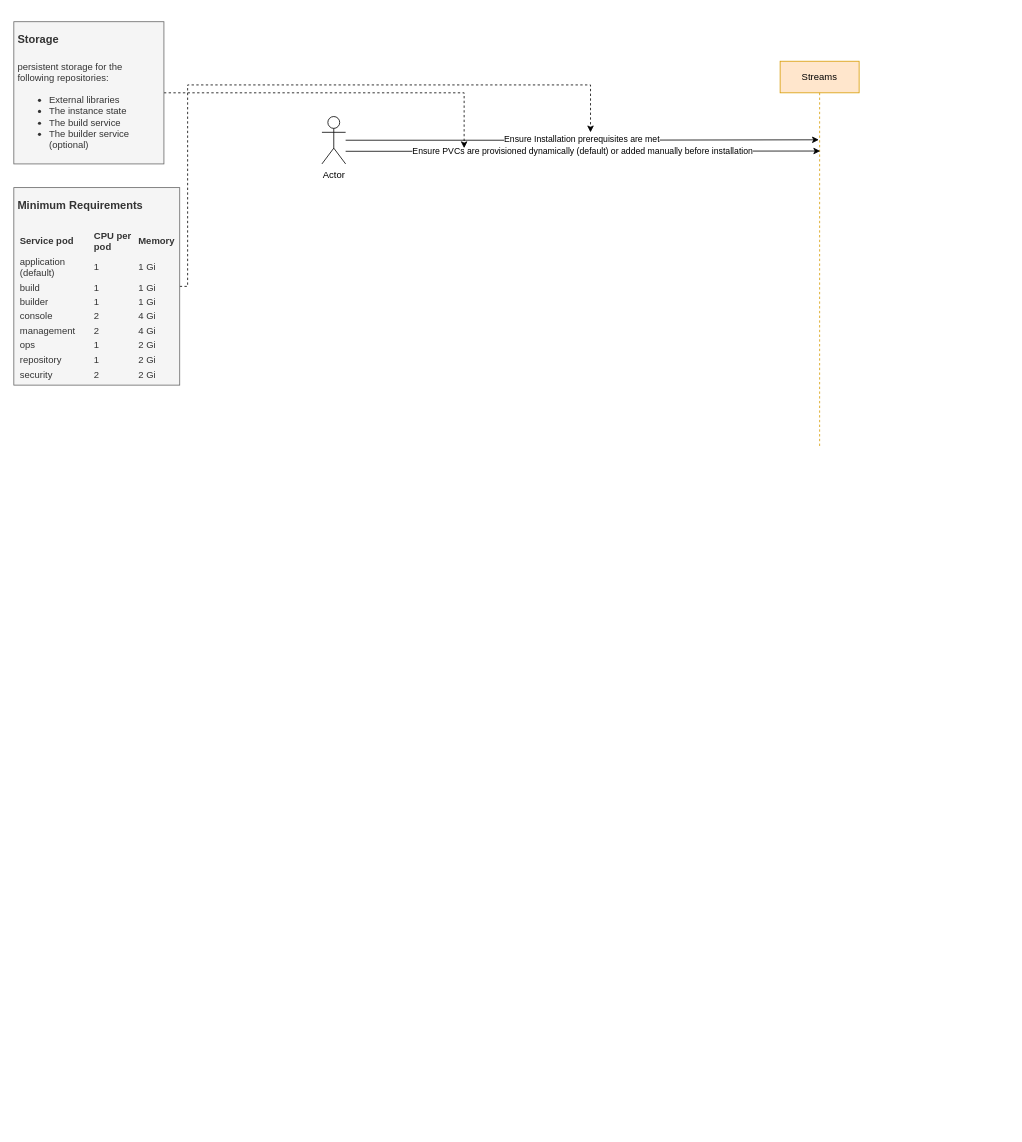
Above: streams.drawio in kanchantewary/CloudPakForData (draw.io), before the change. Source tidied: cells renumbered, new cells numbered last; positions are measured from the earlier drawing's top-left corner, leaving out a move shared by most shapes. Both pictures are drawn from the tidied source at 79%, with x=0, y=0 at pixel (13, 21).
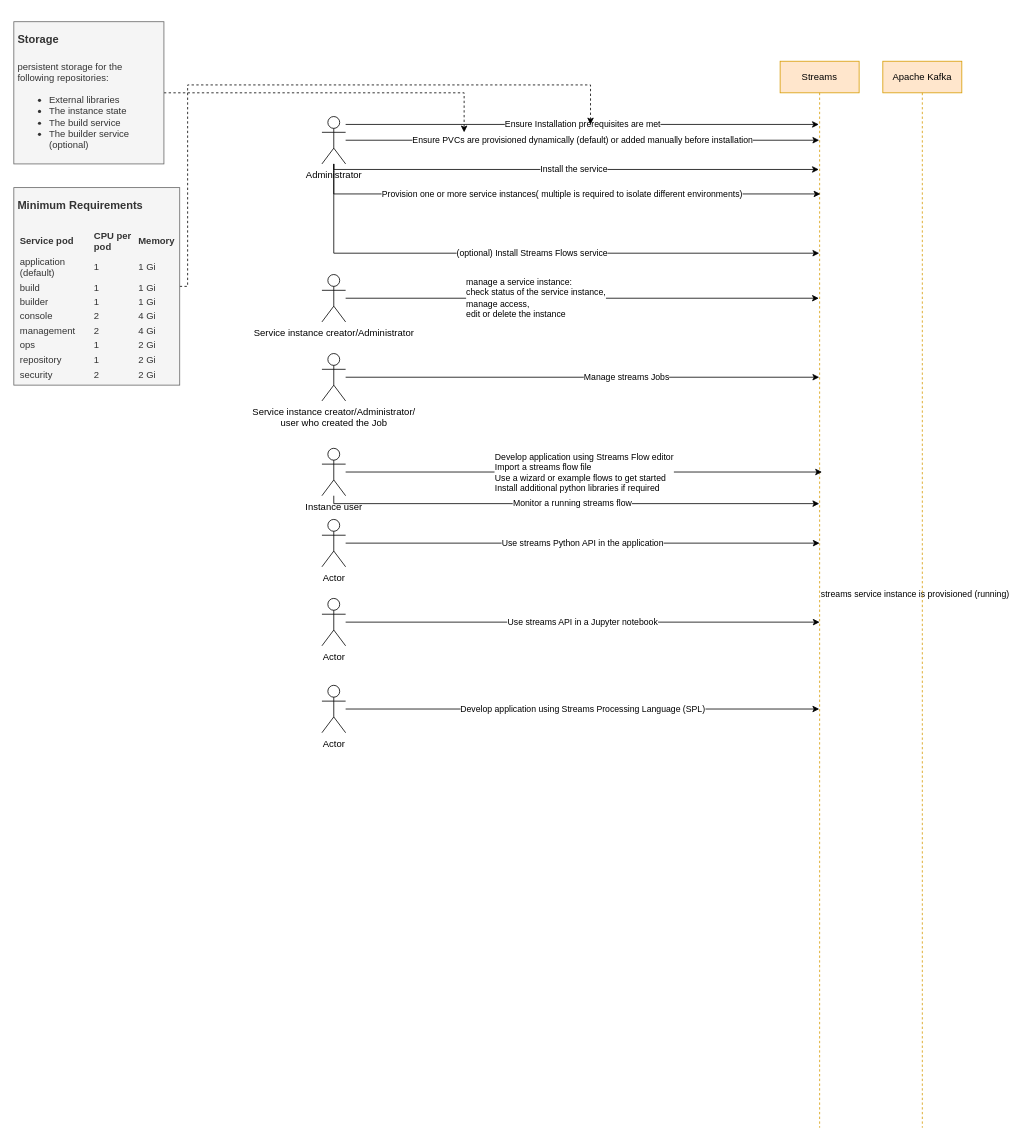
The same page after the edit.

Unchanged cells that the change refers to:
```xml
<mxCell id="7" value="&lt;h1&gt;&lt;font style=&quot;font-size: 14px&quot;&gt;Storage&lt;/font&gt;&lt;/h1&gt;&lt;p&gt;persistent storage for the following repositories:&lt;/p&gt;&lt;ul class=&quot;ibm-colored-list ibm-textcolor-gray-80&quot;&gt;&lt;li&gt;External libraries&lt;/li&gt;&lt;li&gt;The instance state&lt;/li&gt;&lt;li&gt;The build service&lt;/li&gt;&lt;li&gt;The builder service (optional)&amp;nbsp;&lt;/li&gt;&lt;/ul&gt;" style="text;html=1;strokeColor=#666666;fillColor=#f5f5f5;spacing=5;spacingTop=-20;whiteSpace=wrap;overflow=hidden;rounded=0;fontColor=#333333;" parent="1" vertex="1">
  <mxGeometry width="190" height="180" as="geometry" />
</mxCell>
<mxCell id="9" value="&lt;h1&gt;&lt;font style=&quot;font-size: 14px&quot;&gt;Minimum Requirements&lt;/font&gt;&lt;/h1&gt;&lt;table summary=&quot;The following table describes the minimum resource requirements to provision a Streams service instance, including the minimum CPU and memory needed for each Streams service pod.&quot; id=&quot;prereqs__table_jpk_rnf_rhb&quot; class=&quot;defaultstyle ibm-grid&quot;&gt;&lt;thead&gt;&lt;tr&gt;&lt;th id=&quot;d177996e195&quot;&gt;Service pod&lt;/th&gt;&lt;th id=&quot;d177996e198&quot;&gt;CPU per pod&lt;/th&gt;&lt;th id=&quot;d177996e203&quot;&gt;Memory&lt;/th&gt;&lt;/tr&gt;&lt;/thead&gt;&lt;tbody&gt;&lt;tr&gt;&lt;td headers=&quot;d177996e195 &quot;&gt;application (default)&lt;/td&gt;&lt;td headers=&quot;d177996e198 &quot;&gt;1&amp;nbsp;&lt;/td&gt;&lt;td headers=&quot;d177996e203 &quot;&gt;1 Gi&lt;/td&gt;&lt;/tr&gt;&lt;tr&gt;&lt;td headers=&quot;d177996e195 &quot;&gt;build &lt;/td&gt;&lt;td headers=&quot;d177996e198 &quot;&gt;1&amp;nbsp;&lt;/td&gt;&lt;td headers=&quot;d177996e203 &quot;&gt;1 Gi&amp;nbsp;&lt;/td&gt;&lt;/tr&gt;&lt;tr&gt;&lt;td headers=&quot;d177996e195 &quot;&gt;builder&amp;nbsp;&lt;/td&gt;&lt;td headers=&quot;d177996e198 &quot;&gt;1&amp;nbsp;&lt;/td&gt;&lt;td headers=&quot;d177996e203 &quot;&gt;1 Gi&amp;nbsp;&lt;/td&gt;&lt;/tr&gt;&lt;tr&gt;&lt;td headers=&quot;d177996e195 &quot;&gt;console&lt;/td&gt;&lt;td headers=&quot;d177996e198 &quot;&gt;2&amp;nbsp;&lt;/td&gt;&lt;td headers=&quot;d177996e203 &quot;&gt;4 Gi&lt;/td&gt;&lt;/tr&gt;&lt;tr&gt;&lt;td headers=&quot;d177996e195 &quot;&gt;management&lt;/td&gt;&lt;td headers=&quot;d177996e198 &quot;&gt;2&amp;nbsp;&lt;/td&gt;&lt;td headers=&quot;d177996e203 &quot;&gt;4 Gi&lt;/td&gt;&lt;/tr&gt;&lt;tr&gt;&lt;td headers=&quot;d177996e195 &quot;&gt;ops&lt;/td&gt;&lt;td headers=&quot;d177996e198 &quot;&gt; 1&lt;/td&gt;&lt;td headers=&quot;d177996e203 &quot;&gt;2 Gi&lt;/td&gt;&lt;/tr&gt;&lt;tr&gt;&lt;td headers=&quot;d177996e195 &quot;&gt;repository&lt;/td&gt;&lt;td headers=&quot;d177996e198 &quot;&gt;1&lt;/td&gt;&lt;td headers=&quot;d177996e203 &quot;&gt;2 Gi&lt;/td&gt;&lt;/tr&gt;&lt;tr&gt;&lt;td headers=&quot;d177996e195 &quot;&gt;security&lt;/td&gt;&lt;td headers=&quot;d177996e198 &quot;&gt;2&lt;/td&gt;&lt;td headers=&quot;d177996e203 &quot;&gt;2 Gi&lt;/td&gt;&lt;/tr&gt;&lt;/tbody&gt;&lt;/table&gt;" style="text;html=1;strokeColor=#666666;fillColor=#f5f5f5;spacing=5;spacingTop=-20;whiteSpace=wrap;overflow=hidden;rounded=0;fontColor=#333333;" parent="1" vertex="1">
  <mxGeometry y="210" width="210" height="250" as="geometry" />
</mxCell>
```

What changed in the source:
```diff
@@
     <mxCell id="2" value="Streams" style="shape=umlLifeline;perimeter=lifelinePerimeter;whiteSpace=wrap;html=1;outlineConnect=0;fillColor=#ffe6cc;strokeColor=#d79b00;" parent="1" vertex="1">
-      <mxGeometry x="970" y="50" width="100" height="490" as="geometry" />
+      <mxGeometry x="970" y="50" width="100" height="1350" as="geometry" />
     </mxCell>
-    <mxCell id="3" value="Ensure Installation prerequisites are met" style="edgeStyle=orthogonalEdgeStyle;rounded=0;jettySize=auto;html=1;entryX=0.49;entryY=0.203;entryDx=0;entryDy=0;entryPerimeter=0;" parent="1" edge="1" source="5" target="2">
-      <mxGeometry relative="1" as="geometry" />
+    <mxCell id="3" value="Ensure Installation prerequisites are met" style="edgeStyle=orthogonalEdgeStyle;rounded=0;jettySize=auto;html=1;" parent="1" edge="1" source="5">
+      <mxGeometry relative="1" as="geometry">
+        <mxPoint x="1019" y="130" as="targetPoint" />
+        <Array as="points">
+          <mxPoint x="1019" y="130" />
+        </Array>
+      </mxGeometry>
     </mxCell>
-    <mxCell id="4" value="Ensure PVCs are provisioned dynamically (default) or added manually before installation" style="edgeStyle=orthogonalEdgeStyle;rounded=0;jettySize=auto;html=1;entryX=0.507;entryY=0.232;entryDx=0;entryDy=0;entryPerimeter=0;" parent="1" edge="1" source="5" target="2">
+    <mxCell id="4" value="Ensure PVCs are provisioned dynamically (default) or added manually before installation" style="edgeStyle=orthogonalEdgeStyle;rounded=0;jettySize=auto;html=1;" parent="1" edge="1" source="5" target="2">
       <mxGeometry relative="1" as="geometry">
         <Array as="points">
-          <mxPoint x="570" y="164" />
-          <mxPoint x="570" y="164" />
+          <mxPoint x="900" y="150" />
+          <mxPoint x="900" y="150" />
         </Array>
       </mxGeometry>
     </mxCell>
+    <mxCell id="10" value="Install the service" style="edgeStyle=orthogonalEdgeStyle;rounded=0;jettySize=auto;html=1;" parent="1" edge="1" source="5">
+      <mxGeometry relative="1" as="geometry">
+        <mxPoint x="1019" y="187" as="targetPoint" />
+        <Array as="points">
+          <mxPoint x="405" y="187" />
+        </Array>
+      </mxGeometry>
+    </mxCell>
+    <mxCell id="11" value="Provision one or more service instances( multiple is required to isolate different environments)" style="edgeStyle=orthogonalEdgeStyle;rounded=0;jettySize=auto;html=1;" parent="1" edge="1" source="5">
+      <mxGeometry relative="1" as="geometry">
+        <mxPoint x="1021" y="218" as="targetPoint" />
+        <Array as="points">
+          <mxPoint x="405" y="218" />
+        </Array>
+      </mxGeometry>
+    </mxCell>
+    <mxCell id="12" value="(optional) Install Streams Flows service" style="edgeStyle=orthogonalEdgeStyle;rounded=0;jettySize=auto;html=1;" parent="1" edge="1" source="5" target="2">
+      <mxGeometry relative="1" as="geometry">
+        <Array as="points">
+          <mxPoint x="405" y="293" />
+        </Array>
+      </mxGeometry>
+    </mxCell>
-    <mxCell id="5" value="Actor" style="shape=umlActor;verticalLabelPosition=bottom;verticalAlign=top;html=1;outlineConnect=0;" parent="1" vertex="1">
+    <mxCell id="5" value="Administrator" style="shape=umlActor;verticalLabelPosition=bottom;verticalAlign=top;html=1;outlineConnect=0;" parent="1" vertex="1">
       <mxGeometry x="390" y="120" width="30" height="60" as="geometry" />
     </mxCell>
     <mxCell id="6" style="edgeStyle=orthogonalEdgeStyle;rounded=0;jettySize=auto;html=1;dashed=1;" parent="1" edge="1" source="7">
       <mxGeometry relative="1" as="geometry">
-        <mxPoint x="570" y="160" as="targetPoint" />
+        <mxPoint x="570" y="140" as="targetPoint" />
         <Array as="points">
           <mxPoint x="570" y="90" />
         </Array>
       </mxGeometry>
     </mxCell>
@@
     <mxCell id="8" style="edgeStyle=orthogonalEdgeStyle;rounded=0;jettySize=auto;html=1;dashed=1;" parent="1" edge="1" source="9">
       <mxGeometry relative="1" as="geometry">
-        <mxPoint x="730" y="140" as="targetPoint" />
+        <mxPoint x="730" y="130" as="targetPoint" />
         <Array as="points">
           <mxPoint x="220" y="335" />
           <mxPoint x="220" y="80" />
           <mxPoint x="730" y="80" />
         </Array>
       </mxGeometry>
     </mxCell>
@@
+    <mxCell id="13" value="streams service instance is provisioned (running)" style="edgeStyle=orthogonalEdgeStyle;rounded=0;orthogonalLoop=1;jettySize=auto;html=1;align=left;" parent="1" edge="1" source="2" target="2">
+      <mxGeometry relative="1" as="geometry">
+        <Array as="points">
+          <mxPoint x="1060" y="230" />
+          <mxPoint x="1060" y="270" />
+        </Array>
+      </mxGeometry>
+    </mxCell>
+    <mxCell id="14" value="manage a service instance:&lt;br&gt;check status of the service instance, &lt;br&gt;manage access, &lt;br&gt;edit or delete the instance" style="edgeStyle=orthogonalEdgeStyle;rounded=0;jettySize=auto;html=1;align=left;" parent="1" edge="1" source="15">
+      <mxGeometry x="-0.13" y="110" relative="1" as="geometry">
+        <mxPoint x="1019" y="350" as="targetPoint" />
+        <Array as="points">
+          <mxPoint x="680" y="350" />
+          <mxPoint x="680" y="350" />
+        </Array>
+        <mxPoint x="-110" y="110" as="offset" />
+      </mxGeometry>
+    </mxCell>
+    <mxCell id="15" value="Service instance creator/Administrator" style="shape=umlActor;verticalLabelPosition=bottom;verticalAlign=top;html=1;outlineConnect=0;" parent="1" vertex="1">
+      <mxGeometry x="390" y="320" width="30" height="60" as="geometry" />
+    </mxCell>
+    <mxCell id="16" value="Manage streams Jobs" style="edgeStyle=orthogonalEdgeStyle;rounded=0;jettySize=auto;html=1;align=left;" parent="1" edge="1" source="17" target="2">
+      <mxGeometry relative="1" as="geometry">
+        <Array as="points">
+          <mxPoint x="800" y="450" />
+          <mxPoint x="800" y="450" />
+        </Array>
+      </mxGeometry>
+    </mxCell>
+    <mxCell id="17" value="Service instance creator/Administrator/&lt;br&gt;user who created the Job" style="shape=umlActor;verticalLabelPosition=bottom;verticalAlign=top;html=1;outlineConnect=0;" parent="1" vertex="1">
+      <mxGeometry x="390" y="420" width="30" height="60" as="geometry" />
+    </mxCell>
+    <mxCell id="18" value="&lt;div style=&quot;text-align: left&quot;&gt;Develop application using Streams Flow editor&lt;/div&gt;&lt;div style=&quot;text-align: left&quot;&gt;Import a streams flow file&lt;/div&gt;&lt;div style=&quot;text-align: left&quot;&gt;Use a wizard or example flows to get started&lt;/div&gt;&lt;div style=&quot;text-align: left&quot;&gt;Install additional python libraries if required&lt;/div&gt;" style="edgeStyle=orthogonalEdgeStyle;rounded=0;jettySize=auto;html=1;" parent="1" edge="1" source="20">
+      <mxGeometry relative="1" as="geometry">
+        <mxPoint x="1023" y="570" as="targetPoint" />
+      </mxGeometry>
+    </mxCell>
+    <mxCell id="19" value="Monitor a running streams flow" style="edgeStyle=orthogonalEdgeStyle;rounded=0;jettySize=auto;html=1;" parent="1" edge="1" source="20" target="2">
+      <mxGeometry relative="1" as="geometry">
+        <Array as="points">
+          <mxPoint x="405" y="610" />
+        </Array>
+      </mxGeometry>
+    </mxCell>
+    <mxCell id="20" value="Instance user" style="shape=umlActor;verticalLabelPosition=bottom;verticalAlign=top;html=1;outlineConnect=0;" parent="1" vertex="1">
+      <mxGeometry x="390" y="540" width="30" height="60" as="geometry" />
+    </mxCell>
+    <mxCell id="21" value="Use streams Python API in the application" style="edgeStyle=orthogonalEdgeStyle;rounded=0;jettySize=auto;html=1;" parent="1" edge="1" source="22">
+      <mxGeometry relative="1" as="geometry">
+        <mxPoint x="1020" y="660" as="targetPoint" />
+      </mxGeometry>
+    </mxCell>
+    <mxCell id="22" value="Actor" style="shape=umlActor;verticalLabelPosition=bottom;verticalAlign=top;html=1;outlineConnect=0;" parent="1" vertex="1">
+      <mxGeometry x="390" y="630" width="30" height="60" as="geometry" />
+    </mxCell>
+    <mxCell id="23" value="Use streams API in a Jupyter notebook" style="edgeStyle=orthogonalEdgeStyle;rounded=0;jettySize=auto;html=1;" parent="1" edge="1" source="24">
+      <mxGeometry relative="1" as="geometry">
+        <mxPoint x="1020" y="760" as="targetPoint" />
+      </mxGeometry>
+    </mxCell>
+    <mxCell id="24" value="Actor" style="shape=umlActor;verticalLabelPosition=bottom;verticalAlign=top;html=1;outlineConnect=0;" parent="1" vertex="1">
+      <mxGeometry x="390" y="730" width="30" height="60" as="geometry" />
+    </mxCell>
+    <mxCell id="25" value="Develop application using Streams Processing Language (SPL)" style="edgeStyle=orthogonalEdgeStyle;rounded=0;jettySize=auto;html=1;" parent="1" edge="1" source="26" target="2">
+      <mxGeometry relative="1" as="geometry">
+        <Array as="points">
+          <mxPoint x="790" y="870" />
+          <mxPoint x="790" y="870" />
+        </Array>
+      </mxGeometry>
+    </mxCell>
+    <mxCell id="26" value="Actor" style="shape=umlActor;verticalLabelPosition=bottom;verticalAlign=top;html=1;outlineConnect=0;" parent="1" vertex="1">
+      <mxGeometry x="390" y="840" width="30" height="60" as="geometry" />
+    </mxCell>
+    <mxCell id="27" value="Apache Kafka" style="shape=umlLifeline;perimeter=lifelinePerimeter;whiteSpace=wrap;html=1;fillColor=#ffe6cc;strokeColor=#d79b00;" parent="1" vertex="1">
+      <mxGeometry x="1100" y="50" width="100" height="1350" as="geometry" />
+    </mxCell>
```
